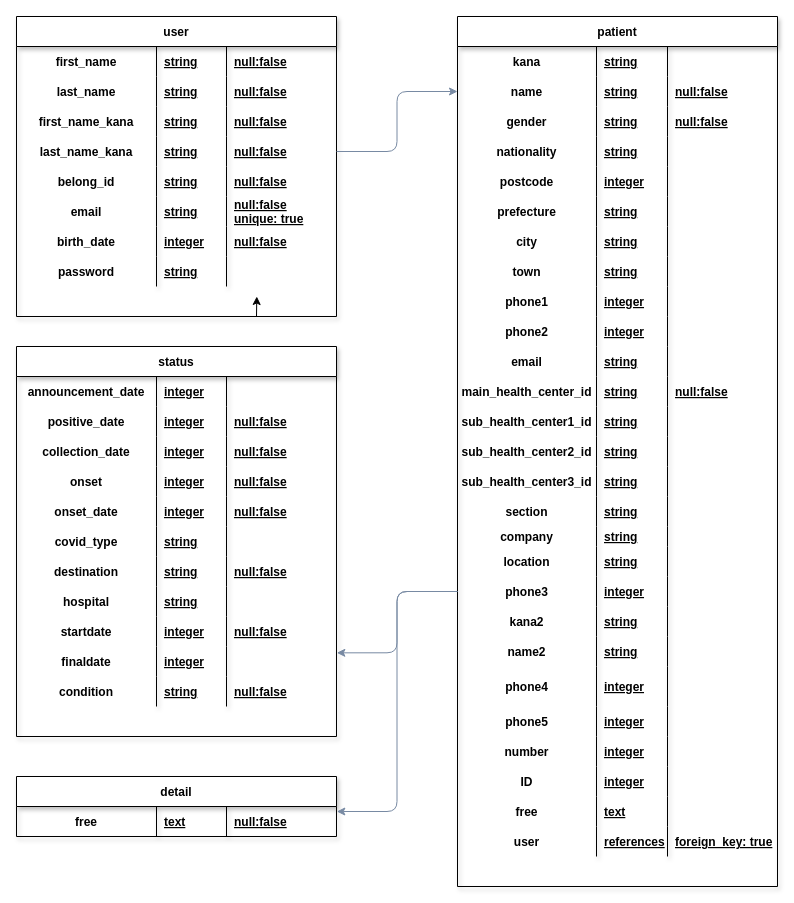
Earlier version of the draw.io diagram HMC2.dio (haihaihai103/HMC2). Source tidied: cells renumbered, new cells numbered last; positions are measured from the earlier drawing's top-left corner, leaving out a move shared by most shapes. Both pictures are drawn from the tidied source at 100%, with x=0, y=0 at pixel (16, 16).
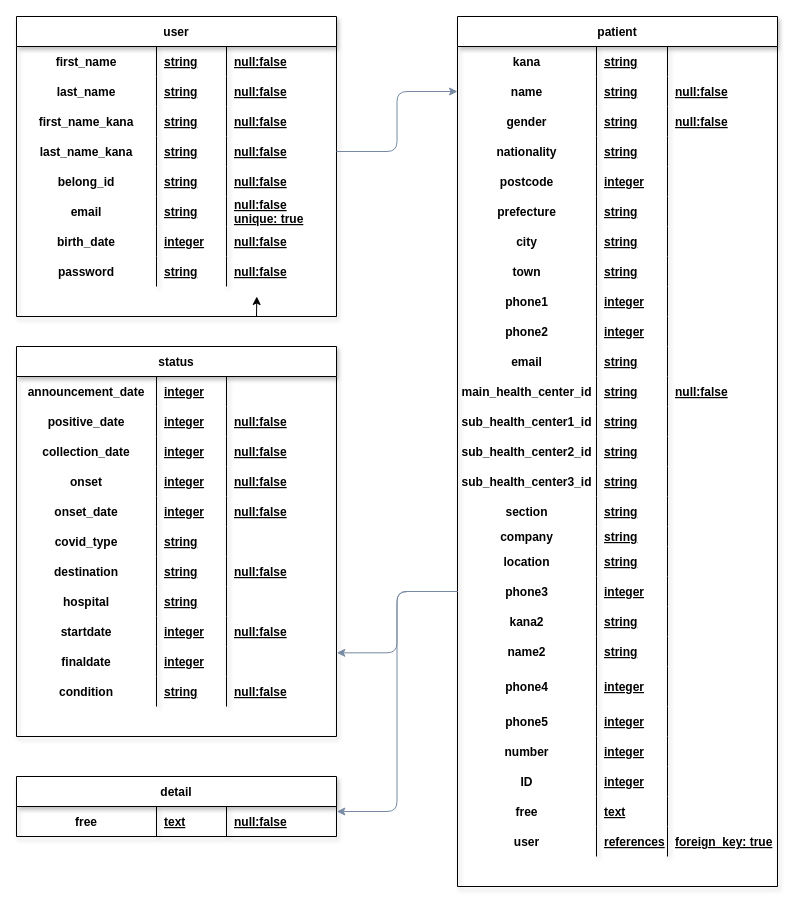
The same diagram, later.

Unchanged cells that the change refers to:
```xml
<mxCell id="32" style="shape=partialRectangle;fillColor=none;top=0;left=0;bottom=0;right=0;" parent="3" vertex="1">
  <mxGeometry y="240" width="320" height="30" as="geometry" />
</mxCell>
```

Change to the diagram source:
```diff
@@
-    <mxCell id="35" style="shape=partialRectangle;fillColor=none;top=0;left=0;bottom=0;right=0;align=left;spacingLeft=6;fontStyle=5;overflow=hidden;" parent="32" vertex="1">
+    <mxCell id="35" value="null:false" style="shape=partialRectangle;fillColor=none;top=0;left=0;bottom=0;right=0;align=left;spacingLeft=6;fontStyle=5;overflow=hidden;" parent="32" vertex="1">
       <mxGeometry x="210" width="110" height="30" as="geometry" />
     </mxCell>
```
